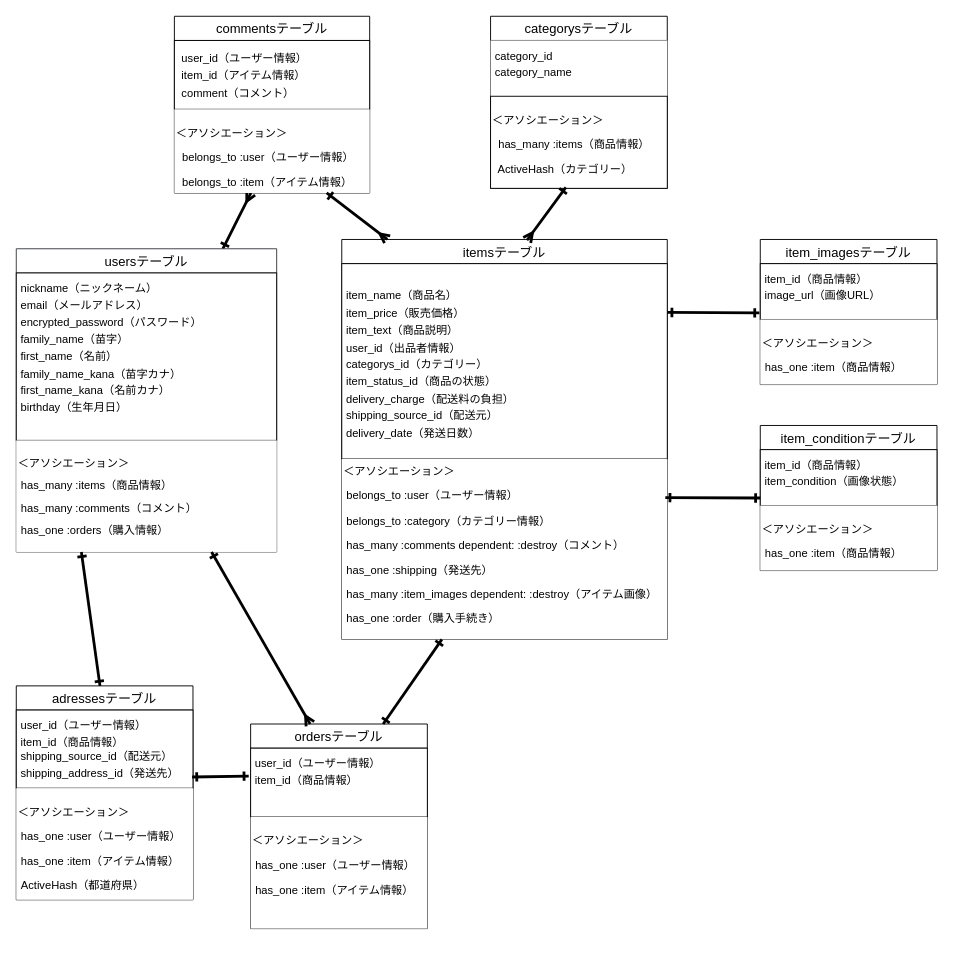
Earlier version of the draw.io diagram furima.dio (OgawaManami/furima-39432). Source tidied: cells renumbered, new cells numbered last; positions are measured from the earlier drawing's top-left corner, leaving out a move shared by most shapes. Both pictures are drawn from the tidied source at 93%, with x=0, y=0 at pixel (16, 16).
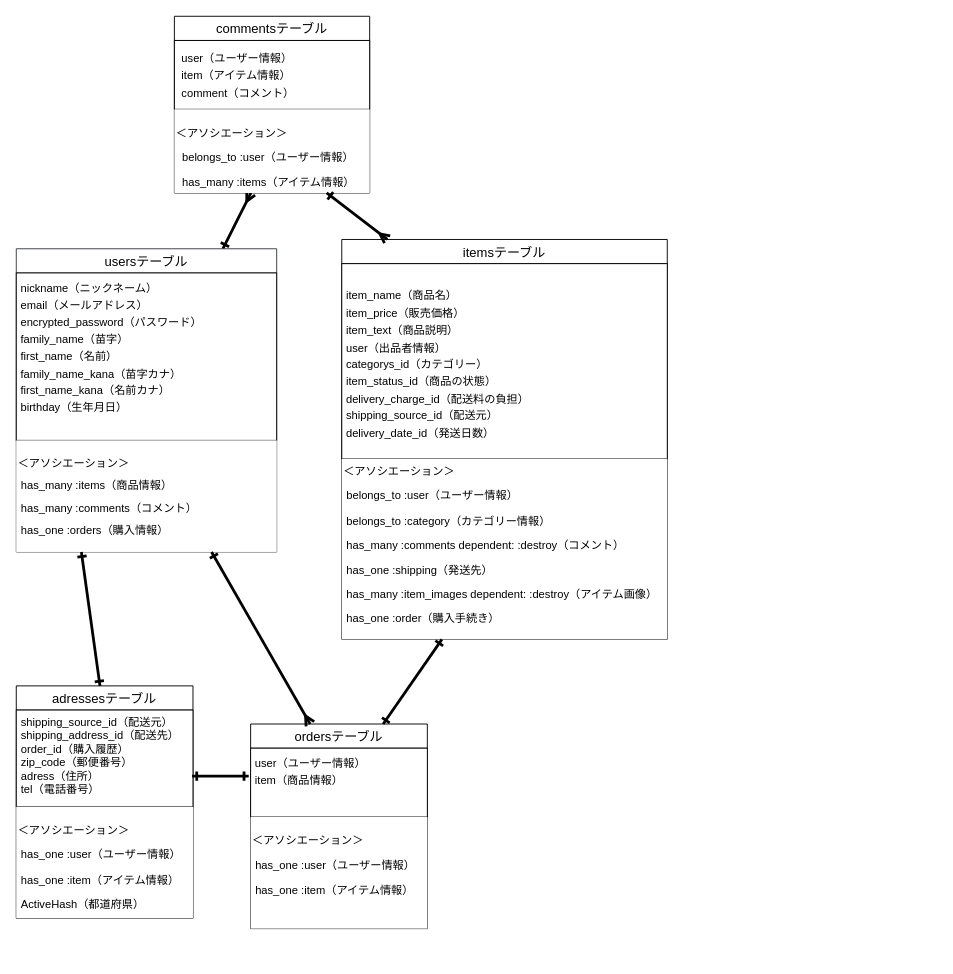
After the change.

Commit message (it also covers changes not shown here):
データベース設計3

# What
ER図・READMEの修正

# Why
データベース設計のため

The change refers to these unchanged cells:
```xml
<mxCell id="6" value="itemsテーブル" style="swimlane;fontStyle=0;horizontal=1;startSize=26;align=center;fontSize=14;labelBackgroundColor=none;fillColor=#FFFFFF;strokeColor=#000000;fontColor=#000000;" parent="1" vertex="1">
  <mxGeometry x="350" y="240" width="350" height="430" as="geometry" />
</mxCell>
<mxCell id="18" value="commentsテーブル" style="swimlane;fontStyle=0;horizontal=1;startSize=26;align=center;fontSize=14;labelBackgroundColor=none;fillColor=#FFFFFF;fontColor=#000000;strokeColor=#000000;" parent="1" vertex="1">
  <mxGeometry x="170" width="210" height="190" as="geometry" />
</mxCell>
<mxCell id="21" value="ordersテーブル" style="swimlane;fontStyle=0;horizontal=1;startSize=26;align=center;fontSize=14;labelBackgroundColor=none;fillColor=#FFFFFF;fontColor=#000000;strokeColor=#000000;" parent="1" vertex="1">
  <mxGeometry x="252" y="761" width="190" height="220" as="geometry" />
</mxCell>
```

The edit, as a diff of the source:
```diff
@@
-    <mxCell id="7" value="&lt;table class=&quot;simple-table&quot; id=&quot;9a7cc304-3847-4f00-a9ed-811c806cf954&quot;&gt;&lt;tbody&gt;&lt;tr id=&quot;3b96ffc5-64da-47e9-abd5-0d5507f8c19a&quot;&gt;&lt;td class=&quot;&quot; id=&quot;vu{n&quot;&gt;&lt;br&gt;&lt;/td&gt;&lt;/tr&gt;&lt;tr id=&quot;43dcb5e8-5552-48d1-b47e-220558d236a5&quot;&gt;&lt;td class=&quot;&quot; id=&quot;vu{n&quot;&gt;item_name（商品名）&lt;br&gt;&lt;/td&gt;&lt;/tr&gt;&lt;tr id=&quot;debb0203-9aca-460e-8576-4602e0dbab65&quot;&gt;&lt;td class=&quot;&quot; id=&quot;vu{n&quot;&gt;item_price（販売価格）&lt;/td&gt;&lt;/tr&gt;&lt;tr id=&quot;758f6579-4fbc-4e43-8bb4-dc5b455c6961&quot;&gt;&lt;td class=&quot;&quot; id=&quot;vu{n&quot;&gt;item_text（商品説明）&lt;/td&gt;&lt;/tr&gt;&lt;tr id=&quot;11010e3c-c81a-4ddd-b29f-d964ffeb25b9&quot;&gt;&lt;td class=&quot;&quot; id=&quot;vu{n&quot;&gt;user_id（出品者情報）&lt;/td&gt;&lt;/tr&gt;&lt;tr id=&quot;b06888b5-f8ec-49d3-b815-4976b4145e6b&quot;&gt;&lt;td class=&quot;&quot; id=&quot;vu{n&quot;&gt;categorys_id（カテゴリー）&lt;/td&gt;&lt;/tr&gt;&lt;tr id=&quot;891c4286-ed3c-4d7b-8454-55babdb7688a&quot;&gt;&lt;td class=&quot;&quot; id=&quot;vu{n&quot;&gt;item_status_id（商品の状態）&lt;/td&gt;&lt;/tr&gt;&lt;tr id=&quot;8d8f02b4-ef6b-4844-b88c-77c38623eb8f&quot;&gt;&lt;td class=&quot;&quot; id=&quot;vu{n&quot;&gt;delivery_charge（配送料の負担）&lt;/td&gt;&lt;/tr&gt;&lt;tr id=&quot;d8748a6d-9999-439e-844c-7c4507fe39d4&quot;&gt;&lt;td class=&quot;&quot; id=&quot;vu{n&quot;&gt;shipping_source_id（配送元）&lt;/td&gt;&lt;/tr&gt;&lt;tr id=&quot;c3923b78-37af-4104-9fef-0c94515a2d20&quot;&gt;&lt;td class=&quot;&quot; id=&quot;vu{n&quot;&gt;delivery_date（発送日数）&lt;/td&gt;&lt;/tr&gt;&lt;/tbody&gt;&lt;/table&gt;" style="text;whiteSpace=wrap;html=1;fillColor=#FFFFFF;fontColor=#000000;strokeColor=#000000;" parent="6" vertex="1">
+    <mxCell id="7" value="&lt;table class=&quot;simple-table&quot; id=&quot;9a7cc304-3847-4f00-a9ed-811c806cf954&quot;&gt;&lt;tbody&gt;&lt;tr id=&quot;3b96ffc5-64da-47e9-abd5-0d5507f8c19a&quot;&gt;&lt;td class=&quot;&quot; id=&quot;vu{n&quot;&gt;&lt;br&gt;&lt;/td&gt;&lt;/tr&gt;&lt;tr id=&quot;43dcb5e8-5552-48d1-b47e-220558d236a5&quot;&gt;&lt;td class=&quot;&quot; id=&quot;vu{n&quot;&gt;item_name（商品名）&lt;br&gt;&lt;/td&gt;&lt;/tr&gt;&lt;tr id=&quot;debb0203-9aca-460e-8576-4602e0dbab65&quot;&gt;&lt;td class=&quot;&quot; id=&quot;vu{n&quot;&gt;item_price（販売価格）&lt;/td&gt;&lt;/tr&gt;&lt;tr id=&quot;758f6579-4fbc-4e43-8bb4-dc5b455c6961&quot;&gt;&lt;td class=&quot;&quot; id=&quot;vu{n&quot;&gt;item_text（商品説明）&lt;/td&gt;&lt;/tr&gt;&lt;tr id=&quot;11010e3c-c81a-4ddd-b29f-d964ffeb25b9&quot;&gt;&lt;td class=&quot;&quot; id=&quot;vu{n&quot;&gt;user（出品者情報）&lt;/td&gt;&lt;/tr&gt;&lt;tr id=&quot;b06888b5-f8ec-49d3-b815-4976b4145e6b&quot;&gt;&lt;td class=&quot;&quot; id=&quot;vu{n&quot;&gt;categorys_id（カテゴリー）&lt;/td&gt;&lt;/tr&gt;&lt;tr id=&quot;891c4286-ed3c-4d7b-8454-55babdb7688a&quot;&gt;&lt;td class=&quot;&quot; id=&quot;vu{n&quot;&gt;item_status_id（商品の状態）&lt;/td&gt;&lt;/tr&gt;&lt;tr id=&quot;8d8f02b4-ef6b-4844-b88c-77c38623eb8f&quot;&gt;&lt;td class=&quot;&quot; id=&quot;vu{n&quot;&gt;delivery_charge_id（配送料の負担）&lt;br&gt;&lt;/td&gt;&lt;/tr&gt;&lt;tr id=&quot;d8748a6d-9999-439e-844c-7c4507fe39d4&quot;&gt;&lt;td class=&quot;&quot; id=&quot;vu{n&quot;&gt;shipping_source_id（配送元）&lt;/td&gt;&lt;/tr&gt;&lt;tr id=&quot;c3923b78-37af-4104-9fef-0c94515a2d20&quot;&gt;&lt;td class=&quot;&quot; id=&quot;vu{n&quot;&gt;delivery_date_id（発送日数）&lt;br&gt;&lt;/td&gt;&lt;/tr&gt;&lt;/tbody&gt;&lt;/table&gt;" style="text;whiteSpace=wrap;html=1;fillColor=#FFFFFF;fontColor=#000000;strokeColor=#000000;" parent="6" vertex="1">
       <mxGeometry y="26" width="350" height="210" as="geometry" />
     </mxCell>
@@
-    <mxCell id="9" value="item_imagesテーブル" style="swimlane;fontStyle=0;horizontal=1;startSize=26;align=center;fontSize=14;labelBackgroundColor=none;fillColor=#FFFFFF;fontColor=#000000;strokeColor=#000000;" parent="1" vertex="1">
-      <mxGeometry x="800" y="240" width="190" height="156" as="geometry" />
-    </mxCell>
-    <mxCell id="10" value="&lt;table class=&quot;simple-table&quot; id=&quot;5e59091f-57d6-42ae-86b2-1390c8dee32c&quot;&gt;&lt;tbody&gt;&lt;tr id=&quot;fffdf03d-2f06-475c-b9ae-1f4a96bb1db5&quot;&gt;&lt;td class=&quot;&quot; id=&quot;;ysn&quot;&gt;item_id（商品情報）&lt;/td&gt;&lt;/tr&gt;&lt;tr id=&quot;b6cffcd1-038b-4413-9b86-bbf222d3fbe0&quot;&gt;&lt;td class=&quot;&quot; id=&quot;;ysn&quot;&gt;image_url（画像URL）&lt;/td&gt;&lt;/tr&gt;&lt;/tbody&gt;&lt;/table&gt;" style="text;whiteSpace=wrap;html=1;fillColor=#FFFFFF;fontColor=#000000;strokeColor=#000000;" parent="9" vertex="1">
-      <mxGeometry y="26" width="190" height="60" as="geometry" />
-    </mxCell>
-    <mxCell id="11" value="&lt;p&gt;＜アソシエーション＞&lt;/p&gt;&lt;p&gt;&lt;span style=&quot;background-color: initial;&quot;&gt;&amp;nbsp;has_one  :item（商品情報）&lt;/span&gt;&lt;/p&gt;&lt;ul&gt;&lt;br&gt;&lt;/ul&gt;" style="text;whiteSpace=wrap;html=1;fillColor=#FFFFFF;fontColor=#000000;strokeColor=none;" parent="9" vertex="1">
-      <mxGeometry y="86" width="190" height="70" as="geometry" />
-    </mxCell>
-    <mxCell id="12" value="categorysテーブル" style="swimlane;fontStyle=0;horizontal=1;startSize=26;align=center;fontSize=14;labelBackgroundColor=none;fillColor=#FFFFFF;fontColor=#000000;strokeColor=#000000;" parent="1" vertex="1">
-      <mxGeometry x="510" width="190" height="185" as="geometry" />
-    </mxCell>
-    <mxCell id="13" value="&lt;table class=&quot;simple-table&quot; id=&quot;c509d5a9-f7ad-4049-bf6b-777b817cd967&quot;&gt;&lt;tbody&gt;&lt;tr id=&quot;bf407236-3a15-47e2-b883-bbe2dec5cac5&quot;&gt;&lt;td class=&quot;&quot; id=&quot;Rrp]&quot;&gt;category_id&lt;/td&gt;&lt;/tr&gt;&lt;tr id=&quot;3a5b6279-9048-43bb-9b7b-5dfa0f479db9&quot;&gt;&lt;td class=&quot;&quot; id=&quot;Rrp]&quot;&gt;category_name&lt;/td&gt;&lt;/tr&gt;&lt;/tbody&gt;&lt;/table&gt;" style="text;whiteSpace=wrap;html=1;fillColor=#FFFFFF;fontColor=#000000;" parent="12" vertex="1">
-      <mxGeometry y="26" width="190" height="60" as="geometry" />
-    </mxCell>
-    <mxCell id="14" value="&lt;p&gt;＜アソシエーション＞&lt;/p&gt;&lt;p&gt;&lt;span style=&quot;background-color: initial;&quot;&gt;&amp;nbsp;&amp;nbsp;&lt;/span&gt;&lt;span style=&quot;background-color: initial;&quot;&gt;has_many :items（商品情報）&amp;nbsp;&lt;/span&gt;&lt;/p&gt;&lt;p&gt;&lt;span style=&quot;background-color: initial;&quot;&gt;&amp;nbsp; ActiveHash（カテゴリー）&lt;/span&gt;&lt;/p&gt;&lt;ul&gt;&lt;br&gt;&lt;/ul&gt;" style="text;whiteSpace=wrap;html=1;fillColor=#FFFFFF;fontColor=#000000;strokeColor=#000000;" parent="12" vertex="1">
-      <mxGeometry y="86" width="190" height="99" as="geometry" />
-    </mxCell>
-    <mxCell id="15" value="item_conditionテーブル" style="swimlane;fontStyle=0;horizontal=1;startSize=26;align=center;fontSize=14;labelBackgroundColor=none;fillColor=#FFFFFF;fontColor=#000000;strokeColor=#000000;" parent="1" vertex="1">
-      <mxGeometry x="800" y="440" width="190" height="156" as="geometry" />
-    </mxCell>
-    <mxCell id="16" value="&lt;table class=&quot;simple-table&quot; id=&quot;5e59091f-57d6-42ae-86b2-1390c8dee32c&quot;&gt;&lt;tbody&gt;&lt;tr id=&quot;fffdf03d-2f06-475c-b9ae-1f4a96bb1db5&quot;&gt;&lt;td class=&quot;&quot; id=&quot;;ysn&quot;&gt;item_id（商品情報）&lt;/td&gt;&lt;/tr&gt;&lt;tr id=&quot;b6cffcd1-038b-4413-9b86-bbf222d3fbe0&quot;&gt;&lt;td class=&quot;&quot; id=&quot;;ysn&quot;&gt;item_condition（画像状態）&lt;/td&gt;&lt;/tr&gt;&lt;/tbody&gt;&lt;/table&gt;" style="text;whiteSpace=wrap;html=1;fillColor=#FFFFFF;fontColor=#000000;strokeColor=#000000;" parent="15" vertex="1">
-      <mxGeometry y="26" width="190" height="60" as="geometry" />
-    </mxCell>
-    <mxCell id="17" value="&lt;p&gt;＜アソシエーション＞&lt;/p&gt;&lt;p&gt;&lt;span style=&quot;background-color: initial;&quot;&gt;&amp;nbsp;has_one  :item（商品情報）&lt;/span&gt;&lt;/p&gt;&lt;ul&gt;&lt;br&gt;&lt;/ul&gt;" style="text;whiteSpace=wrap;html=1;fillColor=#FFFFFF;fontColor=#000000;" parent="15" vertex="1">
-      <mxGeometry y="86" width="190" height="70" as="geometry" />
-    </mxCell>
@@
-    <mxCell id="19" value="&lt;table class=&quot;simple-table&quot; id=&quot;c509d5a9-f7ad-4049-bf6b-777b817cd967&quot;&gt;&lt;tbody&gt;&lt;tr id=&quot;bf407236-3a15-47e2-b883-bbe2dec5cac5&quot;&gt;&lt;td class=&quot;&quot; id=&quot;Rrp]&quot;&gt;&lt;table class=&quot;simple-table&quot; id=&quot;ad13900e-d3d5-4ed6-9904-28c253aa5c77&quot;&gt;&lt;tbody&gt;&lt;tr id=&quot;0867d54f-12ea-450c-b671-ce803147a73a&quot;&gt;&lt;td class=&quot;&quot; id=&quot;yyKo&quot;&gt;user_id（ユーザー情報）&lt;/td&gt;&lt;/tr&gt;&lt;tr id=&quot;1a4134fa-0805-4bf7-b97c-988c83944608&quot;&gt;&lt;td class=&quot;&quot; id=&quot;yyKo&quot;&gt;item_id（アイテム情報）&lt;/td&gt;&lt;/tr&gt;&lt;tr id=&quot;e5e97692-99c2-4f89-9fce-9b92ee96914a&quot;&gt;&lt;td class=&quot;&quot; id=&quot;yyKo&quot;&gt;comment（コメント）&lt;br&gt;&lt;/td&gt;&lt;/tr&gt;&lt;/tbody&gt;&lt;/table&gt;&lt;/td&gt;&lt;/tr&gt;&lt;/tbody&gt;&lt;/table&gt;" style="text;whiteSpace=wrap;html=1;fontColor=#000000;fillColor=#FFFFFF;strokeColor=#000000;" parent="18" vertex="1">
+    <mxCell id="19" value="&lt;table class=&quot;simple-table&quot; id=&quot;c509d5a9-f7ad-4049-bf6b-777b817cd967&quot;&gt;&lt;tbody&gt;&lt;tr id=&quot;bf407236-3a15-47e2-b883-bbe2dec5cac5&quot;&gt;&lt;td class=&quot;&quot; id=&quot;Rrp]&quot;&gt;&lt;table class=&quot;simple-table&quot; id=&quot;ad13900e-d3d5-4ed6-9904-28c253aa5c77&quot;&gt;&lt;tbody&gt;&lt;tr id=&quot;0867d54f-12ea-450c-b671-ce803147a73a&quot;&gt;&lt;td class=&quot;&quot; id=&quot;yyKo&quot;&gt;user（ユーザー情報）&lt;/td&gt;&lt;/tr&gt;&lt;tr id=&quot;1a4134fa-0805-4bf7-b97c-988c83944608&quot;&gt;&lt;td class=&quot;&quot; id=&quot;yyKo&quot;&gt;item（アイテム情報）&lt;/td&gt;&lt;/tr&gt;&lt;tr id=&quot;e5e97692-99c2-4f89-9fce-9b92ee96914a&quot;&gt;&lt;td class=&quot;&quot; id=&quot;yyKo&quot;&gt;comment（コメント）&lt;br&gt;&lt;/td&gt;&lt;/tr&gt;&lt;/tbody&gt;&lt;/table&gt;&lt;/td&gt;&lt;/tr&gt;&lt;/tbody&gt;&lt;/table&gt;" style="text;whiteSpace=wrap;html=1;fontColor=#000000;fillColor=#FFFFFF;strokeColor=#000000;" parent="18" vertex="1">
       <mxGeometry y="26" width="210" height="74" as="geometry" />
     </mxCell>
-    <mxCell id="20" value="&lt;p&gt;＜アソシエーション＞&lt;/p&gt;&lt;p&gt;&lt;span style=&quot;background-color: initial;&quot;&gt;&amp;nbsp;&amp;nbsp;&lt;/span&gt;belongs_to :user（ユーザー情報）&lt;span style=&quot;background-color: initial;&quot;&gt;&amp;nbsp;&lt;/span&gt;&lt;/p&gt;&lt;p&gt;&lt;span style=&quot;background-color: initial;&quot;&gt;&amp;nbsp;&amp;nbsp;&lt;/span&gt;belongs_to :item&lt;span style=&quot;background-color: initial;&quot;&gt;（&lt;/span&gt;アイテム情報&lt;span style=&quot;background-color: initial;&quot;&gt;）&lt;/span&gt;&lt;/p&gt;&lt;ul&gt;&lt;br&gt;&lt;/ul&gt;" style="text;whiteSpace=wrap;html=1;fontColor=#000000;fillColor=#FFFFFF;" parent="18" vertex="1">
+    <mxCell id="20" value="&lt;p&gt;＜アソシエーション＞&lt;/p&gt;&lt;p&gt;&lt;span style=&quot;background-color: initial;&quot;&gt;&amp;nbsp;&amp;nbsp;&lt;/span&gt;belongs_to :user（ユーザー情報）&lt;span style=&quot;background-color: initial;&quot;&gt;&amp;nbsp;&lt;/span&gt;&lt;/p&gt;&lt;p&gt;&lt;span style=&quot;background-color: initial;&quot;&gt;&amp;nbsp;&amp;nbsp;&lt;/span&gt;has_many :items&lt;span style=&quot;background-color: initial;&quot;&gt;（&lt;/span&gt;アイテム情報&lt;span style=&quot;background-color: initial;&quot;&gt;）&lt;/span&gt;&lt;/p&gt;&lt;ul&gt;&lt;br&gt;&lt;/ul&gt;" style="text;whiteSpace=wrap;html=1;fontColor=#000000;fillColor=#FFFFFF;" parent="18" vertex="1">
       <mxGeometry y="100" width="210" height="90" as="geometry" />
     </mxCell>
@@
-    <mxCell id="22" value="&lt;table class=&quot;simple-table&quot; id=&quot;aae80b6b-5214-410b-8553-2ab5dd075ec1&quot;&gt;&lt;tbody&gt;&lt;tr id=&quot;569cf191-d3e3-4ce4-a55a-6c4508a633c4&quot;&gt;&lt;td style=&quot;width:216.1944580078125px&quot; class=&quot;&quot; id=&quot;rI|{&quot;&gt;user_id（ユーザー情報）&lt;/td&gt;&lt;/tr&gt;&lt;tr id=&quot;abfe6f39-1a55-4f2b-89d5-2dca5d783e0a&quot;&gt;&lt;td style=&quot;width:216.1944580078125px&quot; class=&quot;&quot; id=&quot;rI|{&quot;&gt;item_id（商品情報）&lt;/td&gt;&lt;/tr&gt;&lt;tr id=&quot;126269a5-fd21-4734-b726-af98a0aaa4be&quot;&gt;&lt;td style=&quot;width:216.1944580078125px&quot; class=&quot;&quot; id=&quot;rI|{&quot;&gt;&lt;br&gt;&lt;/td&gt;&lt;/tr&gt;&lt;/tbody&gt;&lt;/table&gt;" style="text;whiteSpace=wrap;html=1;fillColor=#FFFFFF;fontColor=#000000;strokeColor=#000000;" parent="21" vertex="1">
+    <mxCell id="22" value="&lt;table class=&quot;simple-table&quot; id=&quot;aae80b6b-5214-410b-8553-2ab5dd075ec1&quot;&gt;&lt;tbody&gt;&lt;tr id=&quot;569cf191-d3e3-4ce4-a55a-6c4508a633c4&quot;&gt;&lt;td style=&quot;width:216.1944580078125px&quot; class=&quot;&quot; id=&quot;rI|{&quot;&gt;user（ユーザー情報）&lt;/td&gt;&lt;/tr&gt;&lt;tr id=&quot;abfe6f39-1a55-4f2b-89d5-2dca5d783e0a&quot;&gt;&lt;td style=&quot;width:216.1944580078125px&quot; class=&quot;&quot; id=&quot;rI|{&quot;&gt;item（商品情報）&lt;/td&gt;&lt;/tr&gt;&lt;tr id=&quot;126269a5-fd21-4734-b726-af98a0aaa4be&quot;&gt;&lt;td style=&quot;width:216.1944580078125px&quot; class=&quot;&quot; id=&quot;rI|{&quot;&gt;&lt;br&gt;&lt;/td&gt;&lt;/tr&gt;&lt;/tbody&gt;&lt;/table&gt;" style="text;whiteSpace=wrap;html=1;fillColor=#FFFFFF;fontColor=#000000;strokeColor=#000000;" parent="21" vertex="1">
       <mxGeometry y="26" width="190" height="74" as="geometry" />
     </mxCell>
@@
-    <mxCell id="26" style="edgeStyle=none;html=1;strokeWidth=3;endArrow=ERmany;endFill=0;startArrow=ERone;startFill=0;entryX=0.569;entryY=0.002;entryDx=0;entryDy=0;entryPerimeter=0;exitX=0.426;exitY=0.99;exitDx=0;exitDy=0;exitPerimeter=0;strokeColor=#000000;" parent="1" edge="1" source="14" target="6">
-      <mxGeometry relative="1" as="geometry" />
-    </mxCell>
-    <mxCell id="27" style="edgeStyle=none;html=1;exitX=1;exitY=0.25;exitDx=0;exitDy=0;strokeWidth=3;startArrow=ERone;startFill=0;endArrow=ERone;endFill=0;strokeColor=#000000;entryX=-0.005;entryY=0.883;entryDx=0;entryDy=0;entryPerimeter=0;" parent="1" edge="1" source="7" target="10">
-      <mxGeometry relative="1" as="geometry" />
-    </mxCell>
-    <mxCell id="28" style="edgeStyle=none;html=1;exitX=1;exitY=0.25;exitDx=0;exitDy=0;entryX=0.011;entryY=0.883;entryDx=0;entryDy=0;entryPerimeter=0;strokeWidth=3;startArrow=ERone;startFill=0;endArrow=ERone;endFill=0;strokeColor=#000000;" parent="1" edge="1">
-      <mxGeometry relative="1" as="geometry">
-        <mxPoint x="697.9" y="517.5" as="sourcePoint" />
-        <mxPoint x="800" y="518" as="targetPoint" />
-      </mxGeometry>
-    </mxCell>
@@
     <mxCell id="30" value="adressesテーブル" style="swimlane;fontStyle=0;horizontal=1;startSize=26;align=center;fontSize=14;labelBackgroundColor=none;fillColor=#FFFFFF;fontColor=#000000;strokeColor=#000000;" parent="1" vertex="1">
-      <mxGeometry y="720" width="190" height="230" as="geometry" />
+      <mxGeometry y="720" width="190" height="250" as="geometry" />
     </mxCell>
+    <mxCell id="35" style="edgeStyle=none;html=1;exitX=0.5;exitY=1;exitDx=0;exitDy=0;" parent="30" edge="1" source="31" target="32">
+      <mxGeometry relative="1" as="geometry" />
+    </mxCell>
-    <mxCell id="31" value="&lt;table class=&quot;simple-table&quot; id=&quot;aae80b6b-5214-410b-8553-2ab5dd075ec1&quot;&gt;&lt;tbody&gt;&lt;tr id=&quot;569cf191-d3e3-4ce4-a55a-6c4508a633c4&quot;&gt;&lt;td style=&quot;width:216.1944580078125px&quot; class=&quot;&quot; id=&quot;rI|{&quot;&gt;user_id（ユーザー情報）&lt;/td&gt;&lt;/tr&gt;&lt;tr id=&quot;abfe6f39-1a55-4f2b-89d5-2dca5d783e0a&quot;&gt;&lt;td style=&quot;width:216.1944580078125px&quot; class=&quot;&quot; id=&quot;rI|{&quot;&gt;item_id（商品情報）&lt;br&gt;shipping_source_id（配送元）&lt;br&gt;&lt;/td&gt;&lt;/tr&gt;&lt;tr id=&quot;126269a5-fd21-4734-b726-af98a0aaa4be&quot;&gt;&lt;td style=&quot;width:216.1944580078125px&quot; class=&quot;&quot; id=&quot;rI|{&quot;&gt;shipping_address_id（発送先）&lt;/td&gt;&lt;/tr&gt;&lt;/tbody&gt;&lt;/table&gt;" style="text;whiteSpace=wrap;html=1;fillColor=#FFFFFF;fontColor=#000000;strokeColor=#000000;" parent="30" vertex="1">
-      <mxGeometry y="26" width="190" height="84" as="geometry" />
+    <mxCell id="31" value="&lt;div&gt;&amp;nbsp;shipping_source_id（配送元）&lt;/div&gt;&lt;div&gt;&amp;nbsp;shipping_address_id（配送先）&lt;/div&gt;&lt;div&gt;&amp;nbsp;order_id（購入履歴）&lt;/div&gt;&lt;div&gt;&amp;nbsp;zip_code（郵便番号）&lt;/div&gt;&lt;div&gt;&amp;nbsp;adress（住所）&lt;/div&gt;&lt;div&gt;&amp;nbsp;tel（電話番号）&lt;/div&gt;" style="text;whiteSpace=wrap;html=1;fillColor=#FFFFFF;fontColor=#000000;strokeColor=#000000;" parent="30" vertex="1">
+      <mxGeometry y="26" width="190" height="104" as="geometry" />
     </mxCell>
     <mxCell id="32" value="&lt;p&gt;＜アソシエーション＞&lt;/p&gt;&lt;p&gt;&lt;span style=&quot;background-color: initial;&quot;&gt;&amp;nbsp;has_one :user（ユーザー情報）&lt;/span&gt;&lt;/p&gt;&lt;p&gt;&lt;span style=&quot;background-color: initial;&quot;&gt;&amp;nbsp;has_one :item（アイテム情報）&lt;/span&gt;&lt;/p&gt;&lt;p&gt;&lt;span style=&quot;background-color: initial;&quot;&gt;&amp;nbsp;ActiveHash（都道府県）&lt;/span&gt;&lt;/p&gt;&lt;ul&gt;&lt;br&gt;&lt;/ul&gt;" style="text;whiteSpace=wrap;html=1;fillColor=#FFFFFF;fontColor=#000000;" parent="30" vertex="1">
-      <mxGeometry y="110" width="190" height="120" as="geometry" />
+      <mxGeometry y="130" width="190" height="120" as="geometry" />
     </mxCell>
@@
-    <mxCell id="34" style="edgeStyle=none;html=1;exitX=0.995;exitY=0.857;exitDx=0;exitDy=0;strokeWidth=3;startArrow=ERone;startFill=0;endArrow=ERone;endFill=0;strokeColor=#000000;entryX=-0.011;entryY=0.405;entryDx=0;entryDy=0;entryPerimeter=0;exitPerimeter=0;" parent="1" edge="1" source="31" target="22">
+    <mxCell id="34" style="edgeStyle=none;html=1;exitX=0.995;exitY=0.683;exitDx=0;exitDy=0;strokeWidth=3;startArrow=ERone;startFill=0;endArrow=ERone;endFill=0;strokeColor=#000000;entryX=-0.011;entryY=0.405;entryDx=0;entryDy=0;entryPerimeter=0;exitPerimeter=0;" parent="1" edge="1" source="31" target="22">
       <mxGeometry relative="1" as="geometry" />
     </mxCell>
```
